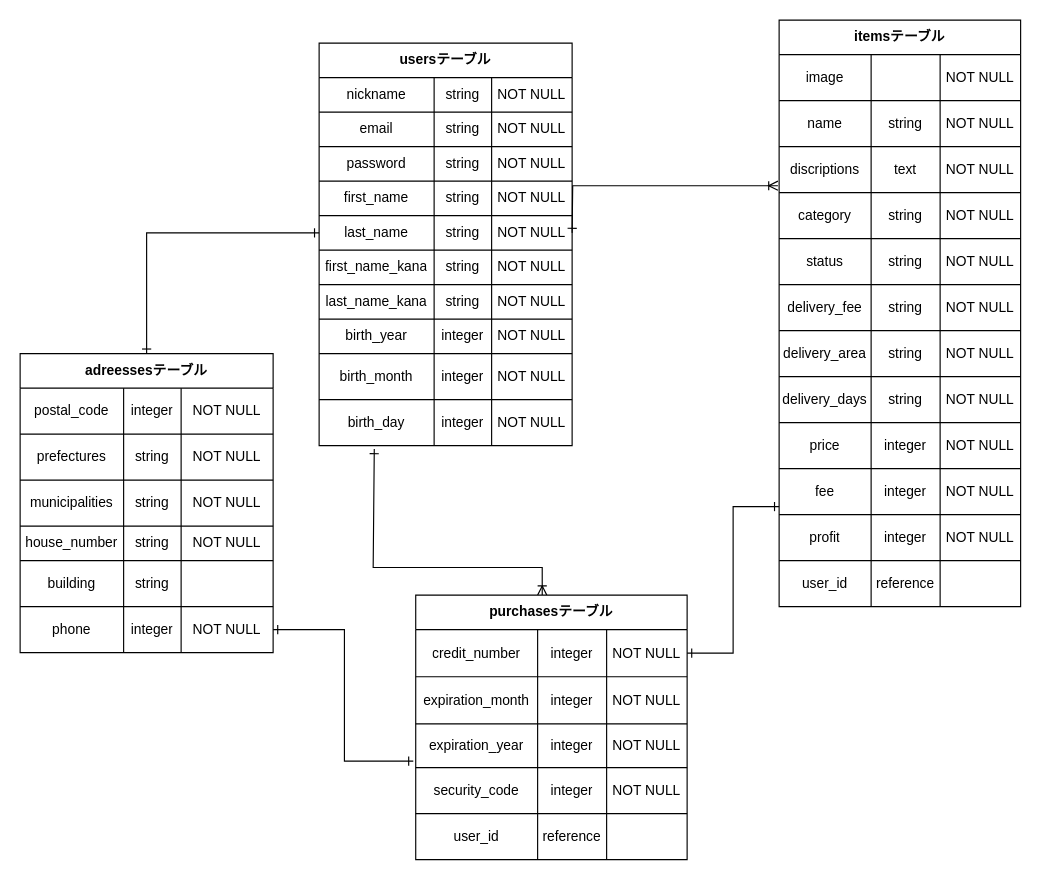
Above: furima.dio in takashi3802/furima-34451 (draw.io), before the change. Source tidied: cells renumbered, new cells numbered last; positions are measured from the earlier drawing's top-left corner, leaving out a move shared by most shapes. Both pictures are drawn from the tidied source at 115%, with x=0, y=0 at pixel (20, 20).
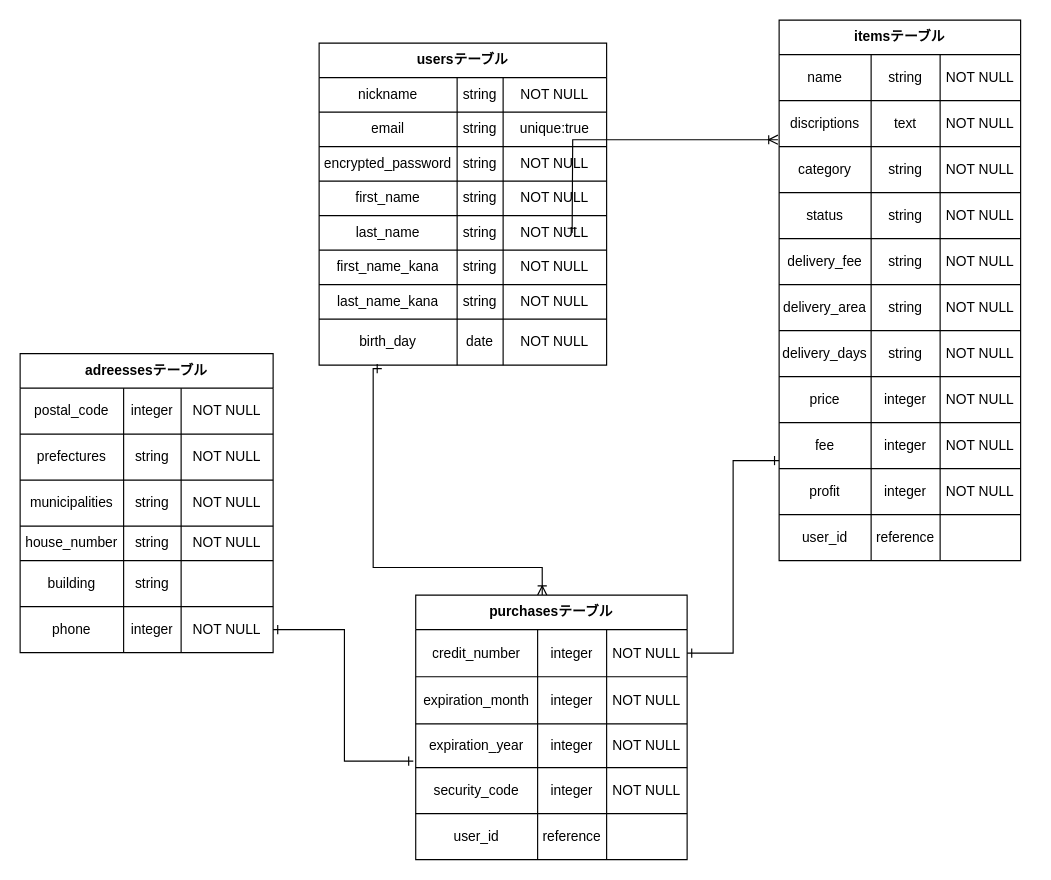
Above is the later version.

Commit message (it also covers changes not shown here):
ER図・READEME修正1

The change refers to these unchanged cells:
```xml
<mxCell id="93" value="adreessesテーブル" style="shape=table;html=1;whiteSpace=wrap;startSize=30;childLayout=tableLayout;fontStyle=1;align=center;" parent="1" vertex="1">
  <mxGeometry y="290" width="220" height="260" as="geometry" />
</mxCell>
```

The edit, as a diff of the source:
```diff
@@
     <mxCell id="2" value="usersテーブル" style="shape=table;html=1;whiteSpace=wrap;startSize=30;childLayout=tableLayout;fontStyle=1;align=center;" parent="1" vertex="1">
-      <mxGeometry x="260" y="20" width="220" height="350" as="geometry" />
+      <mxGeometry x="260" y="20" width="250" height="280" as="geometry" />
     </mxCell>
     <mxCell id="3" style="shape=partialRectangle;html=1;whiteSpace=wrap;fillColor=none;top=0;left=0;bottom=0;right=0;" parent="2" vertex="1">
-      <mxGeometry y="30" width="220" height="30" as="geometry" />
+      <mxGeometry y="30" width="250" height="30" as="geometry" />
     </mxCell>
     <mxCell id="4" value="nickname" style="shape=partialRectangle;html=1;whiteSpace=wrap;fillColor=none;top=0;left=0;bottom=0;right=0;overflow=hidden;" parent="3" vertex="1">
-      <mxGeometry width="100" height="30" as="geometry" />
+      <mxGeometry width="120" height="30" as="geometry" />
     </mxCell>
     <mxCell id="5" value="string" style="shape=partialRectangle;html=1;whiteSpace=wrap;fillColor=none;top=0;left=0;bottom=0;right=0;overflow=hidden;" parent="3" vertex="1">
-      <mxGeometry x="100" width="50" height="30" as="geometry" />
+      <mxGeometry x="120" width="40" height="30" as="geometry" />
     </mxCell>
     <mxCell id="6" value="NOT NULL" style="shape=partialRectangle;html=1;whiteSpace=wrap;fillColor=none;top=0;left=0;bottom=0;right=0;overflow=hidden;" parent="3" vertex="1">
-      <mxGeometry x="150" width="70" height="30" as="geometry" />
+      <mxGeometry x="160" width="90" height="30" as="geometry" />
     </mxCell>
     <mxCell id="7" style="shape=partialRectangle;html=1;whiteSpace=wrap;fillColor=none;top=0;left=0;bottom=0;right=0;" parent="2" vertex="1">
-      <mxGeometry y="60" width="220" height="30" as="geometry" />
+      <mxGeometry y="60" width="250" height="30" as="geometry" />
     </mxCell>
     <mxCell id="8" value="email" style="shape=partialRectangle;html=1;whiteSpace=wrap;fillColor=none;top=0;left=0;bottom=0;right=0;overflow=hidden;" parent="7" vertex="1">
-      <mxGeometry width="100" height="30" as="geometry" />
+      <mxGeometry width="120" height="30" as="geometry" />
     </mxCell>
     <mxCell id="9" value="string" style="shape=partialRectangle;html=1;whiteSpace=wrap;fillColor=none;top=0;left=0;bottom=0;right=0;overflow=hidden;" parent="7" vertex="1">
-      <mxGeometry x="100" width="50" height="30" as="geometry" />
+      <mxGeometry x="120" width="40" height="30" as="geometry" />
     </mxCell>
-    <mxCell id="10" value="NOT NULL" style="shape=partialRectangle;html=1;whiteSpace=wrap;fillColor=none;top=0;left=0;bottom=0;right=0;overflow=hidden;" parent="7" vertex="1">
-      <mxGeometry x="150" width="70" height="30" as="geometry" />
+    <mxCell id="10" value="unique:true" style="shape=partialRectangle;html=1;whiteSpace=wrap;fillColor=none;top=0;left=0;bottom=0;right=0;overflow=hidden;" parent="7" vertex="1">
+      <mxGeometry x="160" width="90" height="30" as="geometry" />
     </mxCell>
     <mxCell id="11" style="shape=partialRectangle;html=1;whiteSpace=wrap;fillColor=none;top=0;left=0;bottom=0;right=0;" parent="2" vertex="1">
-      <mxGeometry y="90" width="220" height="30" as="geometry" />
+      <mxGeometry y="90" width="250" height="30" as="geometry" />
     </mxCell>
-    <mxCell id="12" value="password" style="shape=partialRectangle;html=1;whiteSpace=wrap;fillColor=none;top=0;left=0;bottom=0;right=0;overflow=hidden;" parent="11" vertex="1">
-      <mxGeometry width="100" height="30" as="geometry" />
+    <mxCell id="12" value="encrypted_password" style="shape=partialRectangle;html=1;whiteSpace=wrap;fillColor=none;top=0;left=0;bottom=0;right=0;overflow=hidden;" parent="11" vertex="1">
+      <mxGeometry width="120" height="30" as="geometry" />
     </mxCell>
     <mxCell id="13" value="string" style="shape=partialRectangle;html=1;whiteSpace=wrap;fillColor=none;top=0;left=0;bottom=0;right=0;overflow=hidden;" parent="11" vertex="1">
-      <mxGeometry x="100" width="50" height="30" as="geometry" />
+      <mxGeometry x="120" width="40" height="30" as="geometry" />
     </mxCell>
     <mxCell id="14" value="NOT NULL" style="shape=partialRectangle;html=1;whiteSpace=wrap;fillColor=none;top=0;left=0;bottom=0;right=0;overflow=hidden;" parent="11" vertex="1">
-      <mxGeometry x="150" width="70" height="30" as="geometry" />
+      <mxGeometry x="160" width="90" height="30" as="geometry" />
     </mxCell>
     <mxCell id="15" style="shape=partialRectangle;html=1;whiteSpace=wrap;fillColor=none;top=0;left=0;bottom=0;right=0;" parent="2" vertex="1">
-      <mxGeometry y="120" width="220" height="30" as="geometry" />
+      <mxGeometry y="120" width="250" height="30" as="geometry" />
     </mxCell>
     <mxCell id="16" value="first_name" style="shape=partialRectangle;html=1;whiteSpace=wrap;fillColor=none;top=0;left=0;bottom=0;right=0;overflow=hidden;" parent="15" vertex="1">
-      <mxGeometry width="100" height="30" as="geometry" />
+      <mxGeometry width="120" height="30" as="geometry" />
     </mxCell>
     <mxCell id="17" value="string" style="shape=partialRectangle;html=1;whiteSpace=wrap;fillColor=none;top=0;left=0;bottom=0;right=0;overflow=hidden;" parent="15" vertex="1">
-      <mxGeometry x="100" width="50" height="30" as="geometry" />
+      <mxGeometry x="120" width="40" height="30" as="geometry" />
     </mxCell>
     <mxCell id="18" value="NOT NULL" style="shape=partialRectangle;html=1;whiteSpace=wrap;fillColor=none;top=0;left=0;bottom=0;right=0;overflow=hidden;" parent="15" vertex="1">
-      <mxGeometry x="150" width="70" height="30" as="geometry" />
+      <mxGeometry x="160" width="90" height="30" as="geometry" />
     </mxCell>
     <mxCell id="19" style="shape=partialRectangle;html=1;whiteSpace=wrap;fillColor=none;top=0;left=0;bottom=0;right=0;points=[[0,0.5],[1,0.5]];portConstraint=eastwest;" parent="2" vertex="1">
-      <mxGeometry y="150" width="220" height="30" as="geometry" />
+      <mxGeometry y="150" width="250" height="30" as="geometry" />
     </mxCell>
     <mxCell id="20" value="last_name" style="shape=partialRectangle;html=1;whiteSpace=wrap;fillColor=none;top=0;left=0;bottom=0;right=0;overflow=hidden;" parent="19" vertex="1">
-      <mxGeometry width="100" height="30" as="geometry" />
+      <mxGeometry width="120" height="30" as="geometry" />
     </mxCell>
     <mxCell id="21" value="string" style="shape=partialRectangle;html=1;whiteSpace=wrap;fillColor=none;top=0;left=0;bottom=0;right=0;overflow=hidden;" parent="19" vertex="1">
-      <mxGeometry x="100" width="50" height="30" as="geometry" />
+      <mxGeometry x="120" width="40" height="30" as="geometry" />
     </mxCell>
     <mxCell id="22" value="NOT NULL" style="shape=partialRectangle;html=1;whiteSpace=wrap;fillColor=none;top=0;left=0;bottom=0;right=0;overflow=hidden;" parent="19" vertex="1">
-      <mxGeometry x="150" width="70" height="30" as="geometry" />
+      <mxGeometry x="160" width="90" height="30" as="geometry" />
     </mxCell>
     <mxCell id="23" style="shape=partialRectangle;html=1;whiteSpace=wrap;fillColor=none;top=0;left=0;bottom=0;right=0;" parent="2" vertex="1">
-      <mxGeometry y="180" width="220" height="30" as="geometry" />
+      <mxGeometry y="180" width="250" height="30" as="geometry" />
     </mxCell>
     <mxCell id="24" value="first_name_kana" style="shape=partialRectangle;html=1;whiteSpace=wrap;fillColor=none;top=0;left=0;bottom=0;right=0;overflow=hidden;" parent="23" vertex="1">
-      <mxGeometry width="100" height="30" as="geometry" />
+      <mxGeometry width="120" height="30" as="geometry" />
     </mxCell>
     <mxCell id="25" value="string" style="shape=partialRectangle;html=1;whiteSpace=wrap;fillColor=none;top=0;left=0;bottom=0;right=0;overflow=hidden;" parent="23" vertex="1">
-      <mxGeometry x="100" width="50" height="30" as="geometry" />
+      <mxGeometry x="120" width="40" height="30" as="geometry" />
     </mxCell>
     <mxCell id="26" value="NOT NULL" style="shape=partialRectangle;html=1;whiteSpace=wrap;fillColor=none;top=0;left=0;bottom=0;right=0;overflow=hidden;" parent="23" vertex="1">
-      <mxGeometry x="150" width="70" height="30" as="geometry" />
+      <mxGeometry x="160" width="90" height="30" as="geometry" />
     </mxCell>
     <mxCell id="27" style="shape=partialRectangle;html=1;whiteSpace=wrap;fillColor=none;top=0;left=0;bottom=0;right=0;" parent="2" vertex="1">
-      <mxGeometry y="210" width="220" height="30" as="geometry" />
+      <mxGeometry y="210" width="250" height="30" as="geometry" />
     </mxCell>
     <mxCell id="28" value="last_name_kana" style="shape=partialRectangle;html=1;whiteSpace=wrap;fillColor=none;top=0;left=0;bottom=0;right=0;overflow=hidden;" parent="27" vertex="1">
-      <mxGeometry width="100" height="30" as="geometry" />
+      <mxGeometry width="120" height="30" as="geometry" />
     </mxCell>
     <mxCell id="29" value="string" style="shape=partialRectangle;html=1;whiteSpace=wrap;fillColor=none;top=0;left=0;bottom=0;right=0;overflow=hidden;" parent="27" vertex="1">
-      <mxGeometry x="100" width="50" height="30" as="geometry" />
+      <mxGeometry x="120" width="40" height="30" as="geometry" />
     </mxCell>
     <mxCell id="30" value="NOT NULL" style="shape=partialRectangle;html=1;whiteSpace=wrap;fillColor=none;top=0;left=0;bottom=0;right=0;overflow=hidden;" parent="27" vertex="1">
-      <mxGeometry x="150" width="70" height="30" as="geometry" />
+      <mxGeometry x="160" width="90" height="30" as="geometry" />
     </mxCell>
-    <mxCell id="31" style="shape=partialRectangle;html=1;whiteSpace=wrap;fillColor=none;top=0;left=0;bottom=0;right=0;" parent="2" vertex="1">
-      <mxGeometry y="240" width="220" height="30" as="geometry" />
-    </mxCell>
-    <mxCell id="32" value="birth_year" style="shape=partialRectangle;html=1;whiteSpace=wrap;fillColor=none;top=0;left=0;bottom=0;right=0;overflow=hidden;" parent="31" vertex="1">
-      <mxGeometry width="100" height="30" as="geometry" />
-    </mxCell>
-    <mxCell id="33" value="integer" style="shape=partialRectangle;html=1;whiteSpace=wrap;fillColor=none;top=0;left=0;bottom=0;right=0;overflow=hidden;" parent="31" vertex="1">
-      <mxGeometry x="100" width="50" height="30" as="geometry" />
-    </mxCell>
-    <mxCell id="34" value="NOT NULL" style="shape=partialRectangle;html=1;whiteSpace=wrap;fillColor=none;top=0;left=0;bottom=0;right=0;overflow=hidden;" parent="31" vertex="1">
-      <mxGeometry x="150" width="70" height="30" as="geometry" />
-    </mxCell>
-    <mxCell id="35" style="shape=partialRectangle;html=1;whiteSpace=wrap;fillColor=none;top=0;left=0;bottom=0;right=0;" parent="2" vertex="1">
-      <mxGeometry y="270" width="220" height="40" as="geometry" />
-    </mxCell>
-    <mxCell id="36" value="birth_month" style="shape=partialRectangle;html=1;whiteSpace=wrap;fillColor=none;top=0;left=0;bottom=0;right=0;overflow=hidden;" parent="35" vertex="1">
-      <mxGeometry width="100" height="40" as="geometry" />
-    </mxCell>
-    <mxCell id="37" value="integer" style="shape=partialRectangle;html=1;whiteSpace=wrap;fillColor=none;top=0;left=0;bottom=0;right=0;overflow=hidden;" parent="35" vertex="1">
-      <mxGeometry x="100" width="50" height="40" as="geometry" />
-    </mxCell>
-    <mxCell id="38" value="NOT NULL" style="shape=partialRectangle;html=1;whiteSpace=wrap;fillColor=none;top=0;left=0;bottom=0;right=0;overflow=hidden;" parent="35" vertex="1">
-      <mxGeometry x="150" width="70" height="40" as="geometry" />
-    </mxCell>
     <mxCell id="39" style="shape=partialRectangle;html=1;whiteSpace=wrap;fillColor=none;top=0;left=0;bottom=0;right=0;points=[[0,0.5],[1,0.5]];portConstraint=eastwest;" parent="2" vertex="1">
-      <mxGeometry y="310" width="220" height="40" as="geometry" />
+      <mxGeometry y="240" width="250" height="40" as="geometry" />
     </mxCell>
     <mxCell id="40" value="birth_day" style="shape=partialRectangle;html=1;whiteSpace=wrap;fillColor=none;top=0;left=0;bottom=0;right=0;overflow=hidden;" parent="39" vertex="1">
-      <mxGeometry width="100" height="40" as="geometry" />
+      <mxGeometry width="120" height="40" as="geometry" />
     </mxCell>
-    <mxCell id="41" value="integer" style="shape=partialRectangle;html=1;whiteSpace=wrap;fillColor=none;top=0;left=0;bottom=0;right=0;overflow=hidden;" parent="39" vertex="1">
-      <mxGeometry x="100" width="50" height="40" as="geometry" />
+    <mxCell id="41" value="date" style="shape=partialRectangle;html=1;whiteSpace=wrap;fillColor=none;top=0;left=0;bottom=0;right=0;overflow=hidden;" parent="39" vertex="1">
+      <mxGeometry x="120" width="40" height="40" as="geometry" />
     </mxCell>
     <mxCell id="42" value="NOT NULL" style="shape=partialRectangle;html=1;whiteSpace=wrap;fillColor=none;top=0;left=0;bottom=0;right=0;overflow=hidden;" parent="39" vertex="1">
-      <mxGeometry x="150" width="70" height="40" as="geometry" />
+      <mxGeometry x="160" width="90" height="40" as="geometry" />
     </mxCell>
     <mxCell id="43" value="itemsテーブル" style="shape=table;html=1;whiteSpace=wrap;startSize=30;childLayout=tableLayout;fontStyle=1;align=center;" parent="1" vertex="1">
-      <mxGeometry x="660" width="210" height="510" as="geometry" />
+      <mxGeometry x="660" width="210" height="470" as="geometry" />
     </mxCell>
-    <mxCell id="44" style="shape=partialRectangle;html=1;whiteSpace=wrap;fillColor=none;top=0;left=0;bottom=0;right=0;" parent="43" vertex="1">
-      <mxGeometry y="30" width="210" height="40" as="geometry" />
-    </mxCell>
-    <mxCell id="45" value="image" style="shape=partialRectangle;html=1;whiteSpace=wrap;fillColor=none;top=0;left=0;bottom=0;right=0;overflow=hidden;" parent="44" vertex="1">
-      <mxGeometry width="80" height="40" as="geometry" />
-    </mxCell>
-    <mxCell id="46" style="shape=partialRectangle;html=1;whiteSpace=wrap;fillColor=none;top=0;left=0;bottom=0;right=0;overflow=hidden;" parent="44" vertex="1">
-      <mxGeometry x="80" width="60" height="40" as="geometry" />
-    </mxCell>
-    <mxCell id="47" value="NOT NULL" style="shape=partialRectangle;html=1;whiteSpace=wrap;fillColor=none;top=0;left=0;bottom=0;right=0;overflow=hidden;" parent="44" vertex="1">
-      <mxGeometry x="140" width="70" height="40" as="geometry" />
-    </mxCell>
     <mxCell id="48" style="shape=partialRectangle;html=1;whiteSpace=wrap;fillColor=none;top=0;left=0;bottom=0;right=0;" parent="43" vertex="1">
-      <mxGeometry y="70" width="210" height="40" as="geometry" />
+      <mxGeometry y="30" width="210" height="40" as="geometry" />
     </mxCell>
@@
     <mxCell id="52" style="shape=partialRectangle;html=1;whiteSpace=wrap;fillColor=none;top=0;left=0;bottom=0;right=0;points=[[0,0.5],[1,0.5]];portConstraint=eastwest;" parent="43" vertex="1">
-      <mxGeometry y="110" width="210" height="40" as="geometry" />
+      <mxGeometry y="70" width="210" height="40" as="geometry" />
     </mxCell>
@@
     <mxCell id="56" style="shape=partialRectangle;html=1;whiteSpace=wrap;fillColor=none;top=0;left=0;bottom=0;right=0;" parent="43" vertex="1">
-      <mxGeometry y="150" width="210" height="40" as="geometry" />
+      <mxGeometry y="110" width="210" height="40" as="geometry" />
     </mxCell>
@@
     <mxCell id="60" style="shape=partialRectangle;html=1;whiteSpace=wrap;fillColor=none;top=0;left=0;bottom=0;right=0;" parent="43" vertex="1">
-      <mxGeometry y="190" width="210" height="40" as="geometry" />
+      <mxGeometry y="150" width="210" height="40" as="geometry" />
     </mxCell>
@@
     <mxCell id="64" style="shape=partialRectangle;html=1;whiteSpace=wrap;fillColor=none;top=0;left=0;bottom=0;right=0;" parent="43" vertex="1">
-      <mxGeometry y="230" width="210" height="40" as="geometry" />
+      <mxGeometry y="190" width="210" height="40" as="geometry" />
     </mxCell>
@@
     <mxCell id="68" style="shape=partialRectangle;html=1;whiteSpace=wrap;fillColor=none;top=0;left=0;bottom=0;right=0;" parent="43" vertex="1">
-      <mxGeometry y="270" width="210" height="40" as="geometry" />
+      <mxGeometry y="230" width="210" height="40" as="geometry" />
     </mxCell>
@@
     <mxCell id="72" style="shape=partialRectangle;html=1;whiteSpace=wrap;fillColor=none;top=0;left=0;bottom=0;right=0;" parent="43" vertex="1">
-      <mxGeometry y="310" width="210" height="40" as="geometry" />
+      <mxGeometry y="270" width="210" height="40" as="geometry" />
     </mxCell>
@@
     <mxCell id="76" style="shape=partialRectangle;html=1;whiteSpace=wrap;fillColor=none;top=0;left=0;bottom=0;right=0;" parent="43" vertex="1">
-      <mxGeometry y="350" width="210" height="40" as="geometry" />
+      <mxGeometry y="310" width="210" height="40" as="geometry" />
     </mxCell>
@@
     <mxCell id="80" style="shape=partialRectangle;html=1;whiteSpace=wrap;fillColor=none;top=0;left=0;bottom=0;right=0;points=[[0,0.5],[1,0.5]];portConstraint=eastwest;" parent="43" vertex="1">
-      <mxGeometry y="390" width="210" height="40" as="geometry" />
+      <mxGeometry y="350" width="210" height="40" as="geometry" />
     </mxCell>
@@
     <mxCell id="84" style="shape=partialRectangle;html=1;whiteSpace=wrap;fillColor=none;top=0;left=0;bottom=0;right=0;" parent="43" vertex="1">
-      <mxGeometry y="430" width="210" height="40" as="geometry" />
+      <mxGeometry y="390" width="210" height="40" as="geometry" />
     </mxCell>
@@
     <mxCell id="89" style="shape=partialRectangle;html=1;whiteSpace=wrap;fillColor=none;top=0;left=0;bottom=0;right=0;" parent="43" vertex="1">
-      <mxGeometry y="470" width="210" height="40" as="geometry" />
+      <mxGeometry y="430" width="210" height="40" as="geometry" />
     </mxCell>
@@
-    <mxCell id="143" style="edgeStyle=orthogonalEdgeStyle;rounded=0;jettySize=auto;html=1;startArrow=ERone;startFill=0;endArrow=ERone;endFill=0;" parent="1" edge="1" source="19" target="93">
-      <mxGeometry relative="1" as="geometry" />
-    </mxCell>
```
